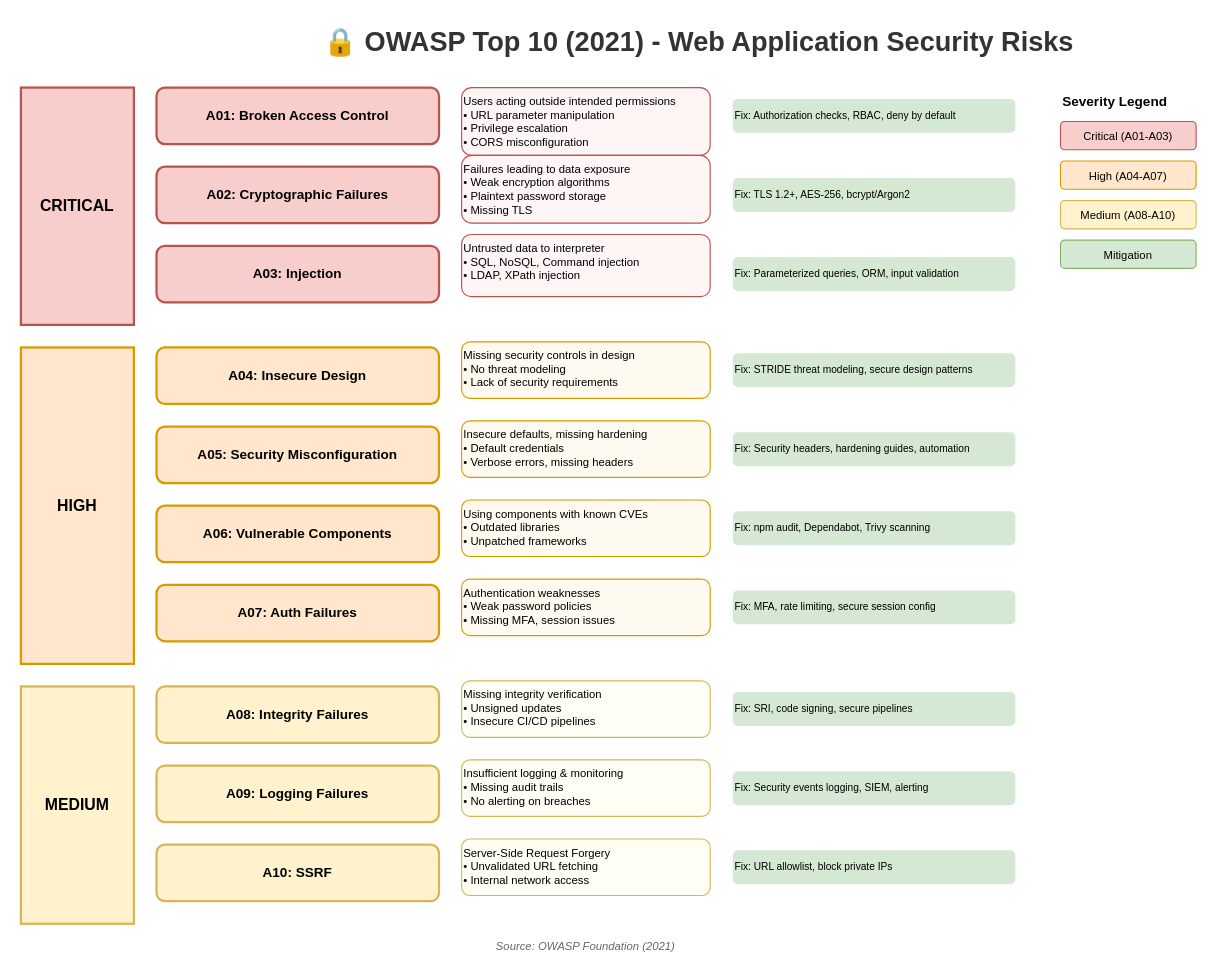
MrParkerZ7/document-lesson-software-architect-x-claude keeps this draw.io diagram as lesson-06-security/diagrams/1.1-owasp-top-10.drawio. Above is the earlier version. Source tidied: cells renumbered, new cells numbered last; positions are measured from the earlier drawing's top-left corner, leaving out a move shared by most shapes. Both pictures are drawn from the tidied source at 113%, with x=0, y=0 at pixel (20, 19).
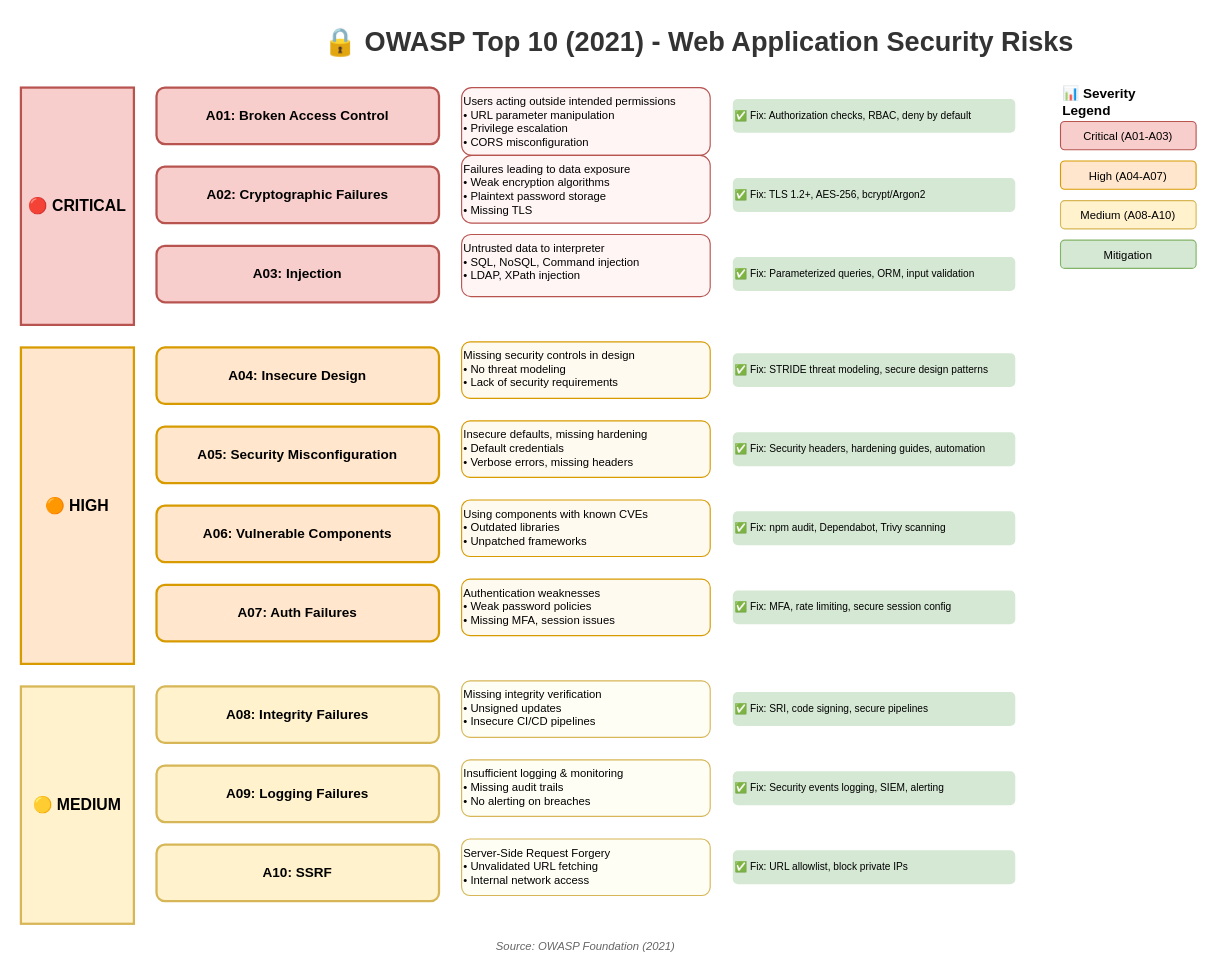
The same page after the edit.

Change to the diagram source:
```diff
@@
-    <mxCell id="3" value="CRITICAL" style="rounded=0;whiteSpace=wrap;html=1;fillColor=#f8cecc;strokeColor=#b85450;strokeWidth=2;fontSize=14;fontStyle=1;verticalAlign=middle;" parent="1" vertex="1">
+    <mxCell id="3" value="🔴 CRITICAL" style="rounded=0;whiteSpace=wrap;html=1;fillColor=#f8cecc;strokeColor=#b85450;strokeWidth=2;fontSize=14;fontStyle=1;verticalAlign=middle;" parent="1" vertex="1">
       <mxGeometry y="60" width="100" height="210" as="geometry" />
     </mxCell>
@@
-    <mxCell id="6" value="Fix: Authorization checks, RBAC, deny by default" style="text;html=1;strokeColor=none;fillColor=#d5e8d4;align=left;verticalAlign=middle;whiteSpace=wrap;rounded=1;fontSize=9;" parent="1" vertex="1">
+    <mxCell id="6" value="✅ Fix: Authorization checks, RBAC, deny by default" style="text;html=1;strokeColor=none;fillColor=#d5e8d4;align=left;verticalAlign=middle;whiteSpace=wrap;rounded=1;fontSize=9;" parent="1" vertex="1">
       <mxGeometry x="630" y="70" width="250" height="30" as="geometry" />
     </mxCell>
@@
-    <mxCell id="9" value="Fix: TLS 1.2+, AES-256, bcrypt/Argon2" style="text;html=1;strokeColor=none;fillColor=#d5e8d4;align=left;verticalAlign=middle;whiteSpace=wrap;rounded=1;fontSize=9;" parent="1" vertex="1">
+    <mxCell id="9" value="✅ Fix: TLS 1.2+, AES-256, bcrypt/Argon2" style="text;html=1;strokeColor=none;fillColor=#d5e8d4;align=left;verticalAlign=middle;whiteSpace=wrap;rounded=1;fontSize=9;" parent="1" vertex="1">
       <mxGeometry x="630" y="140" width="250" height="30" as="geometry" />
     </mxCell>
@@
-    <mxCell id="12" value="Fix: Parameterized queries, ORM, input validation" style="text;html=1;strokeColor=none;fillColor=#d5e8d4;align=left;verticalAlign=middle;whiteSpace=wrap;rounded=1;fontSize=9;" parent="1" vertex="1">
+    <mxCell id="12" value="✅ Fix: Parameterized queries, ORM, input validation" style="text;html=1;strokeColor=none;fillColor=#d5e8d4;align=left;verticalAlign=middle;whiteSpace=wrap;rounded=1;fontSize=9;" parent="1" vertex="1">
       <mxGeometry x="630" y="210" width="250" height="30" as="geometry" />
     </mxCell>
-    <mxCell id="13" value="HIGH" style="rounded=0;whiteSpace=wrap;html=1;fillColor=#ffe6cc;strokeColor=#d79b00;strokeWidth=2;fontSize=14;fontStyle=1;verticalAlign=middle;" parent="1" vertex="1">
+    <mxCell id="13" value="🟠 HIGH" style="rounded=0;whiteSpace=wrap;html=1;fillColor=#ffe6cc;strokeColor=#d79b00;strokeWidth=2;fontSize=14;fontStyle=1;verticalAlign=middle;" parent="1" vertex="1">
       <mxGeometry y="290" width="100" height="280" as="geometry" />
     </mxCell>
@@
-    <mxCell id="16" value="Fix: STRIDE threat modeling, secure design patterns" style="text;html=1;strokeColor=none;fillColor=#d5e8d4;align=left;verticalAlign=middle;whiteSpace=wrap;rounded=1;fontSize=9;" parent="1" vertex="1">
+    <mxCell id="16" value="✅ Fix: STRIDE threat modeling, secure design patterns" style="text;html=1;strokeColor=none;fillColor=#d5e8d4;align=left;verticalAlign=middle;whiteSpace=wrap;rounded=1;fontSize=9;" parent="1" vertex="1">
       <mxGeometry x="630" y="295" width="250" height="30" as="geometry" />
     </mxCell>
@@
-    <mxCell id="19" value="Fix: Security headers, hardening guides, automation" style="text;html=1;strokeColor=none;fillColor=#d5e8d4;align=left;verticalAlign=middle;whiteSpace=wrap;rounded=1;fontSize=9;" parent="1" vertex="1">
+    <mxCell id="19" value="✅ Fix: Security headers, hardening guides, automation" style="text;html=1;strokeColor=none;fillColor=#d5e8d4;align=left;verticalAlign=middle;whiteSpace=wrap;rounded=1;fontSize=9;" parent="1" vertex="1">
       <mxGeometry x="630" y="365" width="250" height="30" as="geometry" />
     </mxCell>
@@
-    <mxCell id="22" value="Fix: npm audit, Dependabot, Trivy scanning" style="text;html=1;strokeColor=none;fillColor=#d5e8d4;align=left;verticalAlign=middle;whiteSpace=wrap;rounded=1;fontSize=9;" parent="1" vertex="1">
+    <mxCell id="22" value="✅ Fix: npm audit, Dependabot, Trivy scanning" style="text;html=1;strokeColor=none;fillColor=#d5e8d4;align=left;verticalAlign=middle;whiteSpace=wrap;rounded=1;fontSize=9;" parent="1" vertex="1">
       <mxGeometry x="630" y="435" width="250" height="30" as="geometry" />
     </mxCell>
@@
-    <mxCell id="25" value="Fix: MFA, rate limiting, secure session config" style="text;html=1;strokeColor=none;fillColor=#d5e8d4;align=left;verticalAlign=middle;whiteSpace=wrap;rounded=1;fontSize=9;" parent="1" vertex="1">
+    <mxCell id="25" value="✅ Fix: MFA, rate limiting, secure session config" style="text;html=1;strokeColor=none;fillColor=#d5e8d4;align=left;verticalAlign=middle;whiteSpace=wrap;rounded=1;fontSize=9;" parent="1" vertex="1">
       <mxGeometry x="630" y="505" width="250" height="30" as="geometry" />
     </mxCell>
-    <mxCell id="26" value="MEDIUM" style="rounded=0;whiteSpace=wrap;html=1;fillColor=#fff2cc;strokeColor=#d6b656;strokeWidth=2;fontSize=14;fontStyle=1;verticalAlign=middle;" parent="1" vertex="1">
+    <mxCell id="26" value="🟡 MEDIUM" style="rounded=0;whiteSpace=wrap;html=1;fillColor=#fff2cc;strokeColor=#d6b656;strokeWidth=2;fontSize=14;fontStyle=1;verticalAlign=middle;" parent="1" vertex="1">
       <mxGeometry y="590" width="100" height="210" as="geometry" />
     </mxCell>
@@
-    <mxCell id="29" value="Fix: SRI, code signing, secure pipelines" style="text;html=1;strokeColor=none;fillColor=#d5e8d4;align=left;verticalAlign=middle;whiteSpace=wrap;rounded=1;fontSize=9;" parent="1" vertex="1">
+    <mxCell id="29" value="✅ Fix: SRI, code signing, secure pipelines" style="text;html=1;strokeColor=none;fillColor=#d5e8d4;align=left;verticalAlign=middle;whiteSpace=wrap;rounded=1;fontSize=9;" parent="1" vertex="1">
       <mxGeometry x="630" y="595" width="250" height="30" as="geometry" />
     </mxCell>
@@
-    <mxCell id="32" value="Fix: Security events logging, SIEM, alerting" style="text;html=1;strokeColor=none;fillColor=#d5e8d4;align=left;verticalAlign=middle;whiteSpace=wrap;rounded=1;fontSize=9;" parent="1" vertex="1">
+    <mxCell id="32" value="✅ Fix: Security events logging, SIEM, alerting" style="text;html=1;strokeColor=none;fillColor=#d5e8d4;align=left;verticalAlign=middle;whiteSpace=wrap;rounded=1;fontSize=9;" parent="1" vertex="1">
       <mxGeometry x="630" y="665" width="250" height="30" as="geometry" />
     </mxCell>
@@
-    <mxCell id="35" value="Fix: URL allowlist, block private IPs" style="text;html=1;strokeColor=none;fillColor=#d5e8d4;align=left;verticalAlign=middle;whiteSpace=wrap;rounded=1;fontSize=9;" parent="1" vertex="1">
+    <mxCell id="35" value="✅ Fix: URL allowlist, block private IPs" style="text;html=1;strokeColor=none;fillColor=#d5e8d4;align=left;verticalAlign=middle;whiteSpace=wrap;rounded=1;fontSize=9;" parent="1" vertex="1">
       <mxGeometry x="630" y="735" width="250" height="30" as="geometry" />
     </mxCell>
-    <mxCell id="36" value="Severity Legend" style="text;html=1;strokeColor=none;fillColor=none;align=left;verticalAlign=middle;whiteSpace=wrap;rounded=0;fontSize=12;fontStyle=1;" parent="1" vertex="1">
+    <mxCell id="36" value="📊 Severity Legend" style="text;html=1;strokeColor=none;fillColor=none;align=left;verticalAlign=middle;whiteSpace=wrap;rounded=0;fontSize=12;fontStyle=1;" parent="1" vertex="1">
       <mxGeometry x="920" y="60" width="100" height="25" as="geometry" />
     </mxCell>
```
